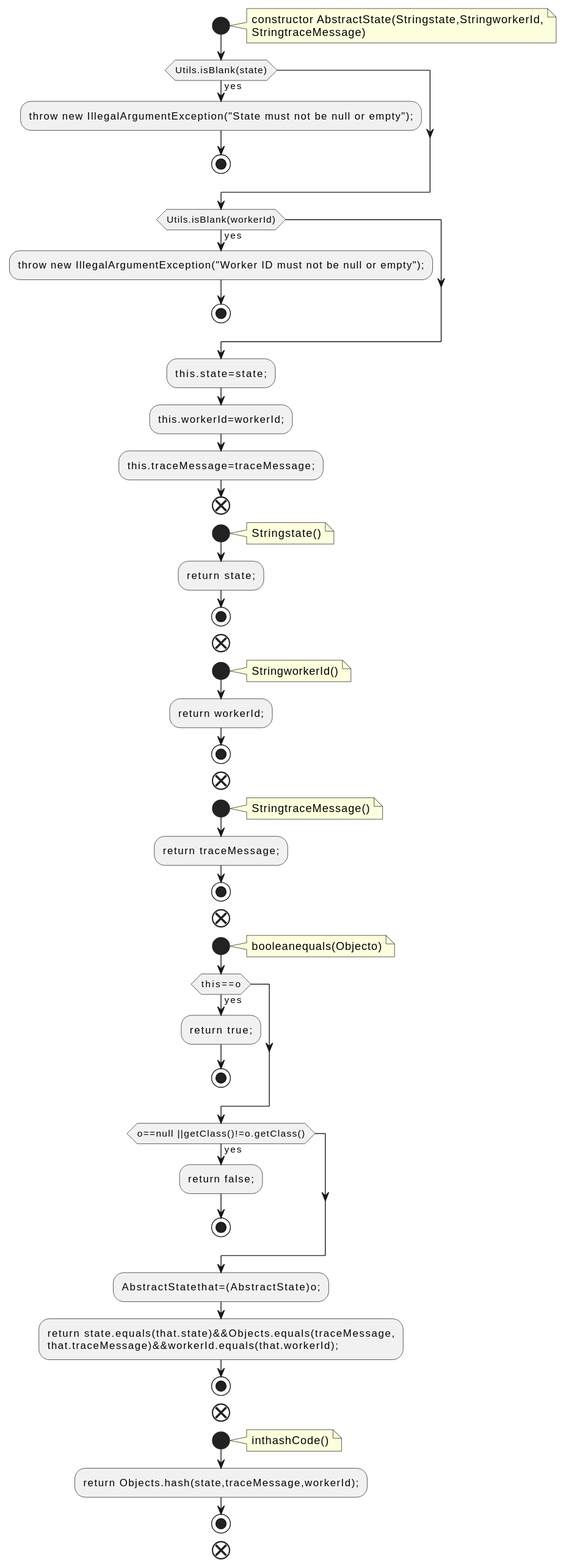
The PlantUML diagram docs/qc/connect/api/src/main/java/org/apache/kafka/connect/health/AbstractState.java.fct.svg in qualitesys/kafka, before a commit.
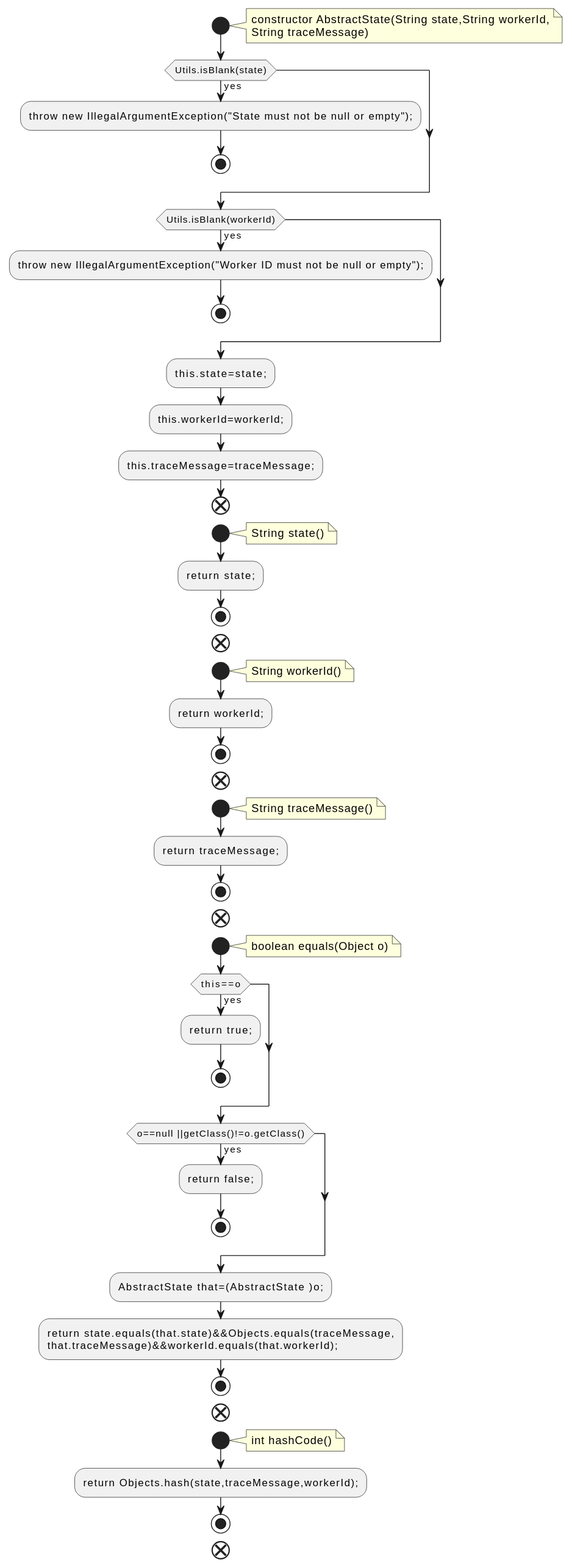
After the change.

The edit, as a diff of the source:
```diff
@@ -2,8 +2,8 @@
 !pragma layout smetana
 start
 note right
-constructor AbstractState(Stringstate,StringworkerId,
-StringtraceMessage)
+constructor AbstractState(String state,String workerId,
+String traceMessage)
 end note
 if (Utils.isBlank(state)) then (yes)
 :throw new IllegalArgumentException("State must not be null or empty");;
@@ -19,28 +19,28 @@
 end
 start
 note right
-Stringstate()
+String state()
 end note
 :return state;;
 stop
 end
 start
 note right
-StringworkerId()
+String workerId()
 end note
 :return workerId;;
 stop
 end
 start
 note right
-StringtraceMessage()
+String traceMessage()
 end note
 :return traceMessage;;
 stop
 end
 start
 note right
-booleanequals(Objecto)
+boolean equals(Object o)
 end note
 if (this==o) then (yes)
 :return true;;
@@ -50,14 +50,14 @@
 :return false;;
 stop
 endif
-:AbstractStatethat=(AbstractState)o;;
+:AbstractState that=(AbstractState )o;;
 :return state.equals(that.state)&&Objects.equals(traceMessage,
 that.traceMessage)&&workerId.equals(that.workerId);;
 stop
 end
 start
 note right
-inthashCode()
+int hashCode()
 end note
 :return Objects.hash(state,traceMessage,workerId);;
 stop
```
